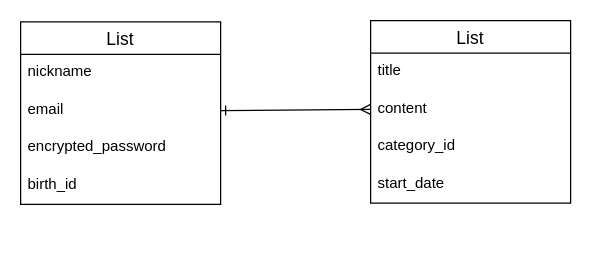
This is ER.dio from miki0221/old_cosmit, a draw.io file, before an edit. Source tidied: cells renumbered, new cells numbered last; positions are measured from the earlier drawing's top-left corner, leaving out a move shared by most shapes. Both pictures are drawn from the tidied source at 125%, with x=0, y=0 at pixel (20, 20).
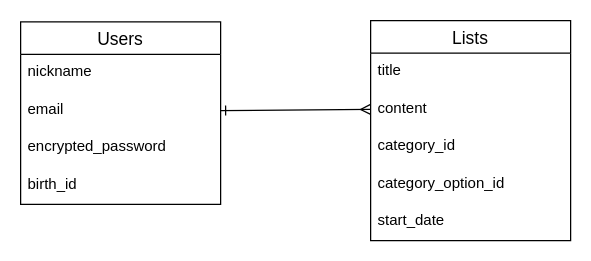
The same page after the edit.

Commit message:
カラムの修正

Change to the diagram source:
```diff
@@
 <mxGraphModel>
   <root>
     <mxCell id="0" />
     <mxCell id="1" parent="0" />
-    <mxCell id="2" value="List" style="swimlane;fontStyle=0;horizontal=1;startSize=26;align=center;fontSize=14;" parent="1" vertex="1">
+    <mxCell id="2" value="Users" style="swimlane;fontStyle=0;horizontal=1;startSize=26;align=center;fontSize=14;" parent="1" vertex="1">
       <mxGeometry y="1" width="160" height="146" as="geometry" />
     </mxCell>
     <mxCell id="3" value="nickname" style="text;strokeColor=none;fillColor=none;spacingLeft=4;spacingRight=4;overflow=hidden;fontSize=12;" parent="2" vertex="1">
       <mxGeometry y="26" width="160" height="30" as="geometry" />
     </mxCell>
     <mxCell id="4" value="email" style="text;strokeColor=none;fillColor=none;spacingLeft=4;spacingRight=4;overflow=hidden;points=[[0,0.5],[1,0.5]];portConstraint=eastwest;fontSize=12;" parent="2" vertex="1">
       <mxGeometry y="56" width="160" height="30" as="geometry" />
     </mxCell>
     <mxCell id="5" value="encrypted_password" style="text;strokeColor=none;fillColor=none;spacingLeft=4;spacingRight=4;overflow=hidden;fontSize=12;" parent="2" vertex="1">
       <mxGeometry y="86" width="160" height="30" as="geometry" />
     </mxCell>
     <mxCell id="6" value="birth_id" style="text;strokeColor=none;fillColor=none;spacingLeft=4;spacingRight=4;overflow=hidden;fontSize=12;" parent="2" vertex="1">
       <mxGeometry y="116" width="160" height="30" as="geometry" />
     </mxCell>
-    <mxCell id="7" value="List" style="swimlane;fontStyle=0;horizontal=1;startSize=26;align=center;fontSize=14;" parent="1" vertex="1">
-      <mxGeometry x="280" width="160" height="146" as="geometry" />
+    <mxCell id="7" value="Lists" style="swimlane;fontStyle=0;horizontal=1;startSize=26;align=center;fontSize=14;" parent="1" vertex="1">
+      <mxGeometry x="280" width="160" height="176" as="geometry" />
     </mxCell>
     <mxCell id="8" value="title" style="text;strokeColor=none;fillColor=none;spacingLeft=4;spacingRight=4;overflow=hidden;fontSize=12;" parent="7" vertex="1">
       <mxGeometry y="26" width="160" height="30" as="geometry" />
     </mxCell>
     <mxCell id="9" value="content" style="text;strokeColor=none;fillColor=none;spacingLeft=4;spacingRight=4;overflow=hidden;points=[[0,0.5],[1,0.5]];portConstraint=eastwest;fontSize=12;" parent="7" vertex="1">
       <mxGeometry y="56" width="160" height="30" as="geometry" />
     </mxCell>
+    <mxCell id="13" value="category_id" style="text;strokeColor=none;fillColor=none;spacingLeft=4;spacingRight=4;overflow=hidden;fontSize=12;" parent="7" vertex="1">
+      <mxGeometry y="86" width="160" height="30" as="geometry" />
+    </mxCell>
-    <mxCell id="10" value="category_id" style="text;strokeColor=none;fillColor=none;spacingLeft=4;spacingRight=4;overflow=hidden;fontSize=12;" parent="7" vertex="1">
-      <mxGeometry y="86" width="160" height="30" as="geometry" />
+    <mxCell id="10" value="category_option_id" style="text;strokeColor=none;fillColor=none;spacingLeft=4;spacingRight=4;overflow=hidden;fontSize=12;" parent="7" vertex="1">
+      <mxGeometry y="116" width="160" height="30" as="geometry" />
     </mxCell>
     <mxCell id="11" value="start_date" style="text;strokeColor=none;fillColor=none;spacingLeft=4;spacingRight=4;overflow=hidden;fontSize=12;" parent="7" vertex="1">
-      <mxGeometry y="116" width="160" height="30" as="geometry" />
+      <mxGeometry y="146" width="160" height="30" as="geometry" />
     </mxCell>
     <mxCell id="12" style="edgeStyle=none;html=1;exitX=1;exitY=0.5;exitDx=0;exitDy=0;entryX=0;entryY=0.5;entryDx=0;entryDy=0;endArrow=ERmany;endFill=0;startArrow=ERone;startFill=0;" parent="1" edge="1" source="4" target="9">
       <mxGeometry relative="1" as="geometry" />
     </mxCell>
   </root>
 </mxGraphModel>
```
